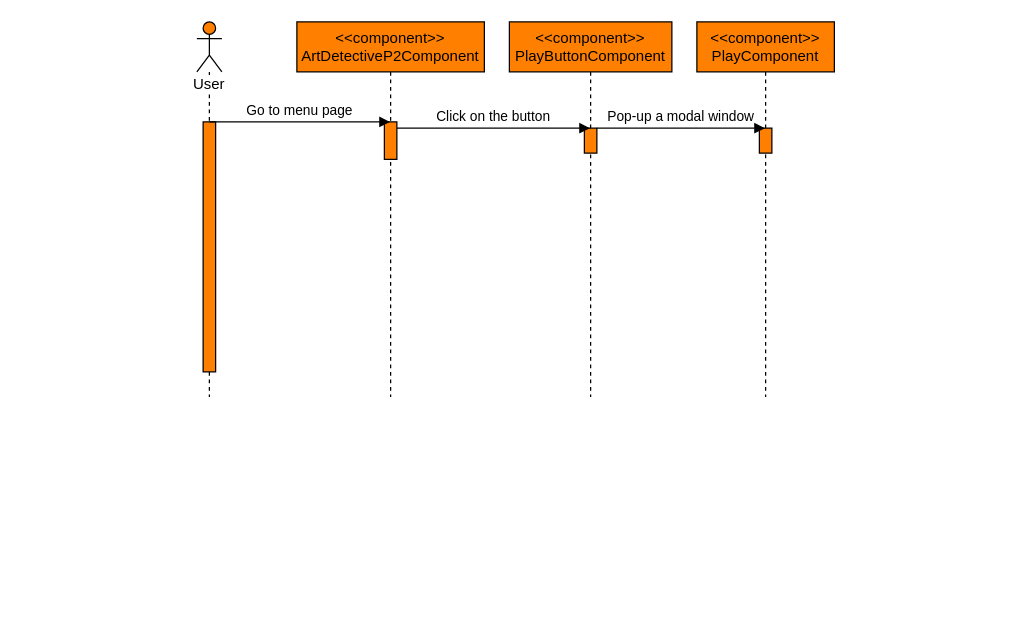
Above: documentation/Untitled Diagram.drawio in yujenyu/Group11_Project (draw.io), before the change. Source tidied: cells renumbered, new cells numbered last; positions are measured from the earlier drawing's top-left corner, leaving out a move shared by most shapes. Both pictures are drawn from the tidied source at 125%, with x=0, y=0 at pixel (196, 21).
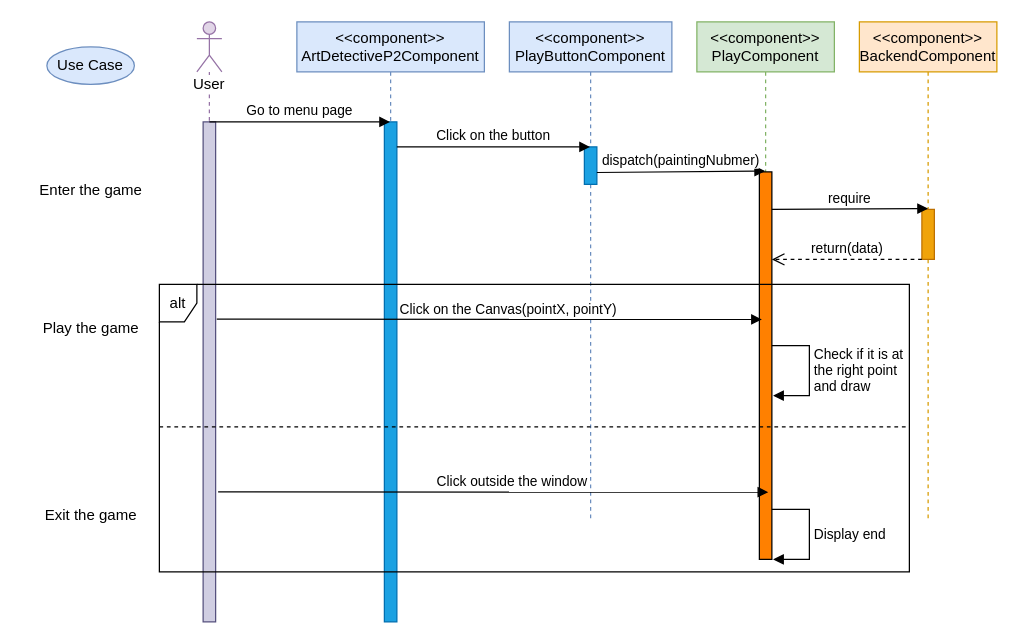
The same diagram, later.

The edit, as a diff of the source:
```diff
@@
-    <mxCell id="2" value="User" style="shape=umlLifeline;participant=umlActor;perimeter=lifelinePerimeter;whiteSpace=wrap;html=1;verticalAlign=top;spacingTop=36;labelBackgroundColor=#ffffff;strokeColor=#000000;fillColor=#FF8000;" parent="1" vertex="1">
-      <mxGeometry width="20" height="300" as="geometry" />
+    <mxCell id="2" value="User" style="shape=umlLifeline;participant=umlActor;perimeter=lifelinePerimeter;whiteSpace=wrap;html=1;verticalAlign=top;spacingTop=36;labelBackgroundColor=#ffffff;strokeColor=#9673a6;fillColor=#e1d5e7;" parent="1" vertex="1">
+      <mxGeometry width="20" height="480" as="geometry" />
     </mxCell>
-    <mxCell id="3" style="html=1;perimeter=orthogonalPerimeter;strokeColor=#000000;fillColor=#FF8000;" parent="2" vertex="1">
-      <mxGeometry x="5" y="80" width="10" height="200" as="geometry" />
+    <mxCell id="3" style="html=1;perimeter=orthogonalPerimeter;strokeColor=#56517e;fillColor=#d0cee2;" parent="2" vertex="1">
+      <mxGeometry x="5" y="80" width="10" height="400" as="geometry" />
     </mxCell>
-    <mxCell id="4" value="&amp;lt;&amp;lt;component&amp;gt;&amp;gt;&lt;br&gt;ArtDetectiveP2Component" style="shape=umlLifeline;perimeter=lifelinePerimeter;whiteSpace=wrap;html=1;outlineConnect=0;strokeColor=#000000;fillColor=#FF8000;" parent="1" vertex="1">
-      <mxGeometry x="80" width="150" height="300" as="geometry" />
+    <mxCell id="4" value="&amp;lt;&amp;lt;component&amp;gt;&amp;gt;&lt;br&gt;ArtDetectiveP2Component" style="shape=umlLifeline;perimeter=lifelinePerimeter;whiteSpace=wrap;html=1;outlineConnect=0;strokeColor=#6c8ebf;fillColor=#dae8fc;" parent="1" vertex="1">
+      <mxGeometry x="80" width="150" height="480" as="geometry" />
     </mxCell>
-    <mxCell id="5" style="html=1;perimeter=orthogonalPerimeter;strokeColor=#000000;fillColor=#FF8000;" parent="4" vertex="1">
-      <mxGeometry x="70" y="80" width="10" height="30" as="geometry" />
+    <mxCell id="5" style="html=1;perimeter=orthogonalPerimeter;strokeColor=#006EAF;fillColor=#1ba1e2;fontColor=#ffffff;" parent="4" vertex="1">
+      <mxGeometry x="70" y="80" width="10" height="400" as="geometry" />
     </mxCell>
@@
-    <mxCell id="7" value="&amp;lt;&amp;lt;component&amp;gt;&amp;gt;&lt;br&gt;PlayButtonComponent" style="shape=umlLifeline;perimeter=lifelinePerimeter;whiteSpace=wrap;html=1;strokeColor=#000000;fillColor=#FF8000;" parent="1" vertex="1">
-      <mxGeometry x="250" width="130" height="300" as="geometry" />
+    <mxCell id="7" value="&amp;lt;&amp;lt;component&amp;gt;&amp;gt;&lt;br&gt;PlayButtonComponent" style="shape=umlLifeline;perimeter=lifelinePerimeter;whiteSpace=wrap;html=1;strokeColor=#6c8ebf;fillColor=#dae8fc;" parent="1" vertex="1">
+      <mxGeometry x="250" width="130" height="400" as="geometry" />
     </mxCell>
-    <mxCell id="8" style="html=1;perimeter=orthogonalPerimeter;strokeColor=#000000;fillColor=#FF8000;" parent="7" vertex="1">
-      <mxGeometry x="60" y="85" width="10" height="20" as="geometry" />
+    <mxCell id="8" style="html=1;perimeter=orthogonalPerimeter;strokeColor=#006EAF;fillColor=#1ba1e2;fontColor=#ffffff;" parent="7" vertex="1">
+      <mxGeometry x="60" y="100" width="10" height="30" as="geometry" />
     </mxCell>
-    <mxCell id="9" value="&amp;lt;&amp;lt;component&amp;gt;&amp;gt;&lt;br&gt;PlayComponent" style="shape=umlLifeline;perimeter=lifelinePerimeter;whiteSpace=wrap;html=1;strokeColor=#000000;fillColor=#FF8000;" parent="1" vertex="1">
-      <mxGeometry x="400" width="110" height="300" as="geometry" />
+    <mxCell id="9" value="&amp;lt;&amp;lt;component&amp;gt;&amp;gt;&lt;br&gt;PlayComponent" style="shape=umlLifeline;perimeter=lifelinePerimeter;whiteSpace=wrap;html=1;strokeColor=#82b366;fillColor=#d5e8d4;" parent="1" vertex="1">
+      <mxGeometry x="400" width="110" height="430" as="geometry" />
     </mxCell>
     <mxCell id="10" style="html=1;points=[];perimeter=orthogonalPerimeter;strokeColor=#000000;fillColor=#FF8000;" parent="9" vertex="1">
-      <mxGeometry x="50" y="85" width="10" height="20" as="geometry" />
+      <mxGeometry x="50" y="120" width="10" height="310" as="geometry" />
     </mxCell>
+    <mxCell id="13" value="Check if it is at &lt;br&gt;the right point&lt;br&gt;and draw" style="edgeStyle=orthogonalEdgeStyle;html=1;align=left;spacingLeft=2;endArrow=block;rounded=0;" parent="9" edge="1">
+      <mxGeometry relative="1" as="geometry">
+        <mxPoint x="60" y="259" as="sourcePoint" />
+        <mxPoint x="61" y="299" as="targetPoint" />
+        <Array as="points">
+          <mxPoint x="90" y="259" />
+          <mxPoint x="90" y="299" />
+          <mxPoint x="61" y="299" />
+        </Array>
+      </mxGeometry>
+    </mxCell>
     <mxCell id="11" value="Click on the button" style="html=1;verticalAlign=bottom;endArrow=block;" parent="1" edge="1">
       <mxGeometry relative="1" as="geometry">
-        <mxPoint x="160" y="85" as="sourcePoint" />
-        <mxPoint x="314.5" y="85" as="targetPoint" />
+        <mxPoint x="160" y="100" as="sourcePoint" />
+        <mxPoint x="314.5" y="100" as="targetPoint" />
       </mxGeometry>
     </mxCell>
-    <mxCell id="12" value="Pop-up a modal window" style="html=1;verticalAlign=bottom;endArrow=block;" parent="1" edge="1">
-      <mxGeometry relative="1" as="geometry">
-        <mxPoint x="320" y="85" as="sourcePoint" />
-        <mxPoint x="454.5" y="85" as="targetPoint" />
-      </mxGeometry>
-    </mxCell>
+    <mxCell id="14" value="dispatch(paintingNubmer)" style="html=1;verticalAlign=bottom;endArrow=block;entryX=0.455;entryY=-0.002;entryDx=0;entryDy=0;entryPerimeter=0;" parent="1" edge="1" target="10">
+      <mxGeometry relative="1" as="geometry">
+        <mxPoint x="320" y="120.5" as="sourcePoint" />
+      </mxGeometry>
+    </mxCell>
+    <mxCell id="15" value="&amp;lt;&amp;lt;component&amp;gt;&amp;gt;&lt;br&gt;BackendComponent" style="shape=umlLifeline;perimeter=lifelinePerimeter;whiteSpace=wrap;html=1;strokeColor=#d79b00;fillColor=#ffe6cc;" parent="1" vertex="1">
+      <mxGeometry x="530" width="110" height="400" as="geometry" />
+    </mxCell>
+    <mxCell id="16" style="html=1;points=[];perimeter=orthogonalPerimeter;strokeColor=#BD7000;fillColor=#f0a30a;fontColor=#000000;" parent="15" vertex="1">
+      <mxGeometry x="50" y="150" width="10" height="40" as="geometry" />
+    </mxCell>
+    <mxCell id="17" value="require" style="html=1;verticalAlign=bottom;endArrow=block;entryX=0.49;entryY=-0.016;entryDx=0;entryDy=0;entryPerimeter=0;" parent="1" edge="1" target="16">
+      <mxGeometry relative="1" as="geometry">
+        <mxPoint x="460" y="150" as="sourcePoint" />
+      </mxGeometry>
+    </mxCell>
+    <mxCell id="18" value="return(data)&lt;br&gt;" style="html=1;verticalAlign=bottom;endArrow=open;dashed=1;endSize=8;" parent="1" edge="1">
+      <mxGeometry relative="1" as="geometry">
+        <mxPoint x="580" y="190" as="sourcePoint" />
+        <mxPoint x="460" y="190" as="targetPoint" />
+      </mxGeometry>
+    </mxCell>
+    <mxCell id="19" value="Click on the Canvas(pointX, pointY)" style="html=1;verticalAlign=bottom;endArrow=block;exitX=1.093;exitY=0.654;exitDx=0;exitDy=0;exitPerimeter=0;" parent="1" edge="1">
+      <mxGeometry x="0.07" y="-1" relative="1" as="geometry">
+        <mxPoint x="15.9" y="237.8" as="sourcePoint" />
+        <mxPoint x="452" y="238" as="targetPoint" />
+        <Array as="points">
+          <mxPoint x="452" y="238" />
+        </Array>
+      </mxGeometry>
+    </mxCell>
+    <mxCell id="20" value="Use Case" style="ellipse;whiteSpace=wrap;html=1;fillColor=#dae8fc;strokeColor=#6c8ebf;" parent="1" vertex="1">
+      <mxGeometry x="-120" y="20" width="70" height="30" as="geometry" />
+    </mxCell>
+    <mxCell id="21" value="Enter the game" style="html=1;imageAspect=1;shadow=0;sketch=0;glass=0;rounded=0;strokeColor=none;fillColor=none;" parent="1" vertex="1">
+      <mxGeometry x="-140" y="110" width="110" height="50" as="geometry" />
+    </mxCell>
+    <mxCell id="22" value="Play the game" style="html=1;imageAspect=1;shadow=0;sketch=0;glass=0;rounded=0;strokeColor=none;fillColor=none;" parent="1" vertex="1">
+      <mxGeometry x="-140" y="220" width="110" height="50" as="geometry" />
+    </mxCell>
+    <mxCell id="23" value="Exit the game" style="html=1;imageAspect=1;shadow=0;sketch=0;glass=0;rounded=0;strokeColor=none;fillColor=none;" parent="1" vertex="1">
+      <mxGeometry x="-140" y="370" width="110" height="50" as="geometry" />
+    </mxCell>
+    <mxCell id="24" value="Click outside the window" style="html=1;verticalAlign=bottom;endArrow=block;" parent="1" edge="1">
+      <mxGeometry x="0.07" y="-1" relative="1" as="geometry">
+        <mxPoint x="17" y="376" as="sourcePoint" />
+        <mxPoint x="457.1" y="376.2" as="targetPoint" />
+        <Array as="points">
+          <mxPoint x="457.1" y="376.2" />
+        </Array>
+      </mxGeometry>
+    </mxCell>
+    <mxCell id="25" value="Display end" style="edgeStyle=orthogonalEdgeStyle;html=1;align=left;spacingLeft=2;endArrow=block;rounded=0;" parent="1" edge="1">
+      <mxGeometry relative="1" as="geometry">
+        <mxPoint x="460" y="390" as="sourcePoint" />
+        <mxPoint x="461" y="430" as="targetPoint" />
+        <Array as="points">
+          <mxPoint x="490" y="390" />
+          <mxPoint x="490" y="430" />
+          <mxPoint x="461" y="430" />
+        </Array>
+      </mxGeometry>
+    </mxCell>
+    <mxCell id="26" value="alt" style="shape=umlFrame;whiteSpace=wrap;html=1;rounded=0;shadow=0;glass=0;sketch=0;fillColor=none;gradientColor=none;width=30;height=30;" parent="1" vertex="1">
+      <mxGeometry x="-30" y="210" width="600" height="230" as="geometry" />
+    </mxCell>
+    <mxCell id="27" style="line;strokeWidth=1;fillColor=none;align=left;verticalAlign=middle;spacingTop=-1;spacingLeft=3;spacingRight=3;labelPosition=right;rounded=0;shadow=0;glass=0;sketch=0;dashed=1;" parent="1" vertex="1">
+      <mxGeometry x="-30" y="320" width="600" height="8" as="geometry" />
+    </mxCell>
```
